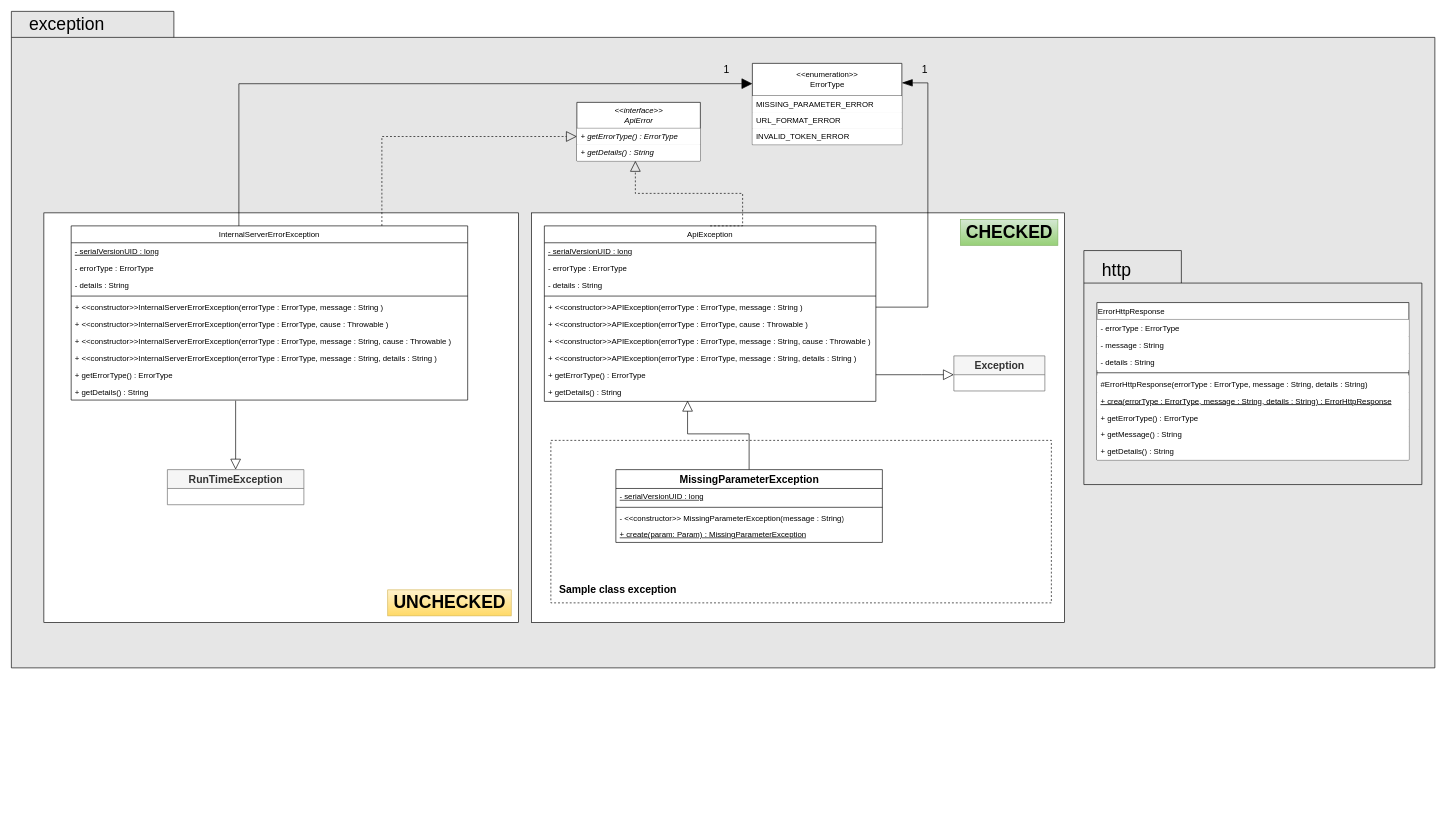
Above: web-template-spring-boot-wiki/drawio/diagram_class_error.drawio in peruvianit/hexagonal-Architecture-spring-boot (draw.io), before the change. Source tidied: cells renumbered, new cells numbered last; positions are measured from the earlier drawing's top-left corner, leaving out a move shared by most shapes. Both pictures are drawn from the tidied source at 65%, with x=0, y=0 at pixel (11, 11).
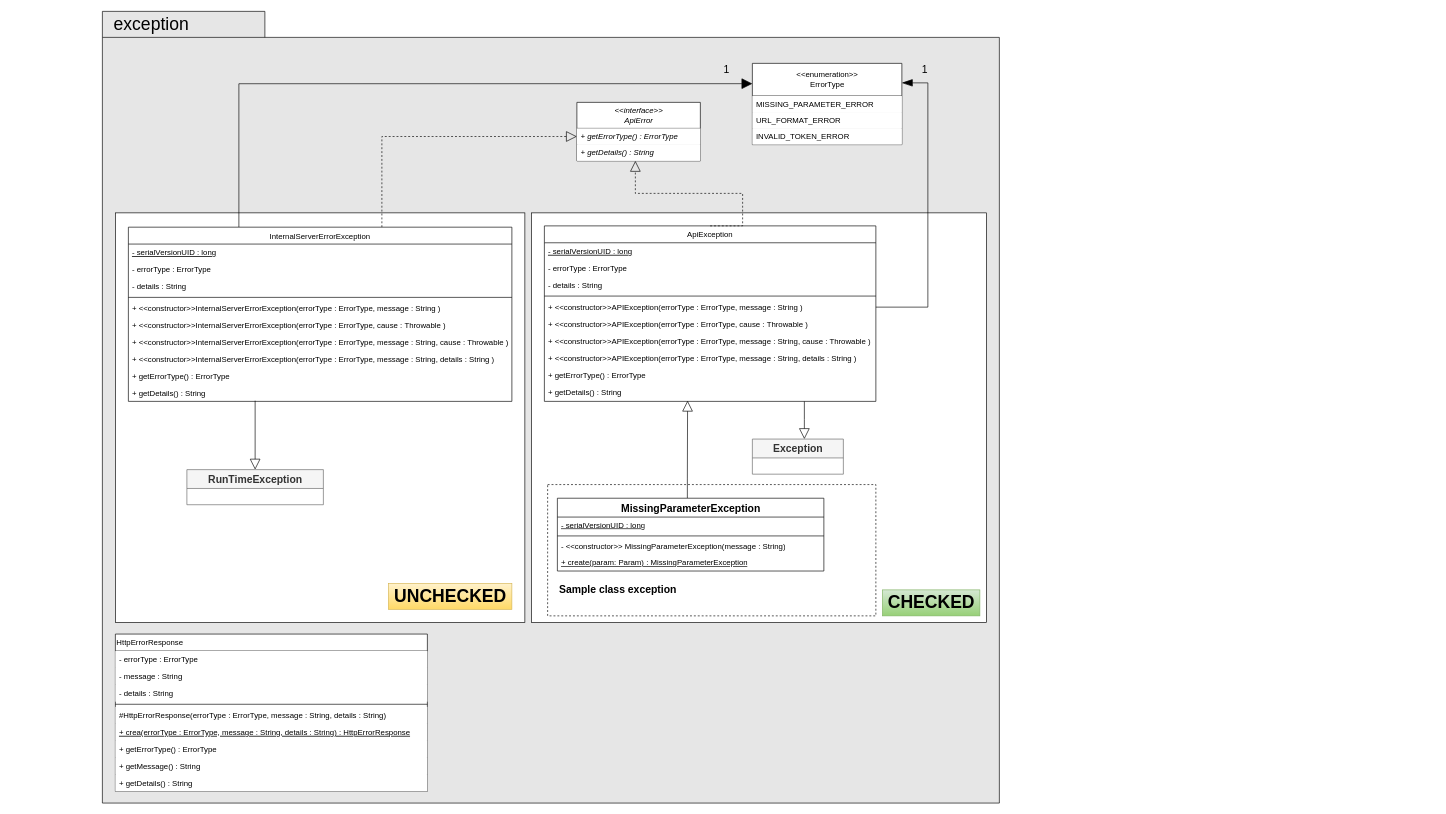
After the change.

The change refers to these unchanged cells:
```xml
<mxCell id="15" value="+ getErrorType() : ErrorType" style="text;align=left;verticalAlign=top;spacingLeft=4;spacingRight=4;overflow=hidden;points=[[0,0.5],[1,0.5]];portConstraint=eastwest;" parent="6" vertex="1">
  <mxGeometry y="216" width="510" height="26" as="geometry" />
</mxCell>
<mxCell id="16" value="+ getDetails() : String" style="text;align=left;verticalAlign=top;spacingLeft=4;spacingRight=4;overflow=hidden;points=[[0,0.5],[1,0.5]];portConstraint=eastwest;" parent="6" vertex="1">
  <mxGeometry y="242" width="510" height="26" as="geometry" />
</mxCell>
```

What changed in the source:
```diff
@@
     <mxCell id="2" style="shape=folder;fontStyle=1;spacingTop=10;tabWidth=250;tabHeight=40;tabPosition=left;html=1;strokeColor=#000000;fontSize=27;align=left;fillColor=#E6E6E6;" parent="1" vertex="1">
-      <mxGeometry width="2190" height="1010" as="geometry" />
+      <mxGeometry x="140" width="1380" height="1218" as="geometry" />
     </mxCell>
     <mxCell id="3" style="rounded=0;whiteSpace=wrap;html=1;strokeColor=#000000;fontSize=16;align=left;" parent="1" vertex="1">
-      <mxGeometry x="50" y="310" width="730" height="630" as="geometry" />
+      <mxGeometry x="160" y="310" width="630" height="630" as="geometry" />
     </mxCell>
     <mxCell id="4" style="rounded=0;whiteSpace=wrap;html=1;strokeColor=#000000;fontSize=16;align=left;" parent="1" vertex="1">
-      <mxGeometry x="800" y="310" width="820" height="630" as="geometry" />
+      <mxGeometry x="800" y="310" width="700" height="630" as="geometry" />
     </mxCell>
     <mxCell id="5" style="rounded=0;whiteSpace=wrap;html=1;fontSize=16;align=left;dashed=1;" parent="1" vertex="1">
-      <mxGeometry x="830" y="660" width="770" height="250" as="geometry" />
+      <mxGeometry x="825" y="728" width="505" height="202" as="geometry" />
     </mxCell>
@@
-    <mxCell id="27" style="edgeStyle=orthogonalEdgeStyle;rounded=0;jettySize=auto;html=1;entryX=1;entryY=0.5;entryDx=0;entryDy=0;endArrow=none;endFill=0;fontSize=16;endSize=6;startArrow=block;startFill=0;startSize=14;" parent="1" edge="1" source="28" target="15">
+    <mxCell id="27" style="edgeStyle=orthogonalEdgeStyle;rounded=0;jettySize=auto;html=1;endArrow=none;endFill=0;fontSize=16;endSize=6;startArrow=block;startFill=0;startSize=14;" parent="1" edge="1" source="28">
       <mxGeometry relative="1" as="geometry">
+        <mxPoint x="1220" y="600" as="targetPoint" />
         <Array as="points">
-          <mxPoint x="1400" y="559" />
-          <mxPoint x="1400" y="559" />
+          <mxPoint x="1220" y="628" />
+          <mxPoint x="1220" y="628" />
         </Array>
       </mxGeometry>
     </mxCell>
     <mxCell id="28" value="Exception" style="swimlane;fontStyle=1;align=center;verticalAlign=middle;horizontal=1;startSize=29;html=1;fontSize=16;fillColor=#f5f5f5;strokeColor=#666666;fontColor=#333333;" parent="1" vertex="1">
-      <mxGeometry x="1450" y="530" width="140" height="54" as="geometry" />
+      <mxGeometry x="1140" y="658" width="140" height="54" as="geometry" />
     </mxCell>
     <mxCell id="29" style="edgeStyle=orthogonalEdgeStyle;rounded=0;jettySize=auto;html=1;endArrow=block;endFill=0;endSize=14;strokeWidth=1;fontSize=16;entryX=0.432;entryY=1.038;entryDx=0;entryDy=0;entryPerimeter=0;" parent="1" edge="1" source="30" target="16">
       <mxGeometry relative="1" as="geometry">
         <Array as="points">
-          <mxPoint x="1135" y="650" />
-          <mxPoint x="1040" y="650" />
+          <mxPoint x="1040" y="718" />
+          <mxPoint x="1040" y="718" />
         </Array>
       </mxGeometry>
     </mxCell>
     <mxCell id="30" value="MissingParameterException" style="swimlane;fontStyle=1;align=center;verticalAlign=middle;horizontal=1;startSize=29;html=1;fontSize=16;" parent="1" vertex="1">
-      <mxGeometry x="930" y="705" width="410" height="112" as="geometry" />
+      <mxGeometry x="840" y="749" width="410" height="112" as="geometry" />
     </mxCell>
@@
     <mxCell id="38" value="InternalServerErrorException" style="swimlane;fontStyle=0;align=center;verticalAlign=top;horizontal=1;startSize=26;rounded=0;shadow=0;strokeWidth=1;" parent="1" vertex="1">
-      <mxGeometry x="92" y="330" width="610" height="268" as="geometry" />
+      <mxGeometry x="180" y="332" width="590" height="268" as="geometry" />
     </mxCell>
     <mxCell id="39" value="- serialVersionUID : long" style="text;align=left;verticalAlign=top;spacingLeft=4;spacingRight=4;overflow=hidden;fontStyle=4;" parent="38" vertex="1">
-      <mxGeometry y="26" width="610" height="26" as="geometry" />
+      <mxGeometry y="26" width="590" height="26" as="geometry" />
     </mxCell>
     <mxCell id="40" value="- errorType : ErrorType " style="text;align=left;verticalAlign=top;spacingLeft=4;spacingRight=4;overflow=hidden;" parent="38" vertex="1">
-      <mxGeometry y="52" width="610" height="26" as="geometry" />
+      <mxGeometry y="52" width="590" height="26" as="geometry" />
     </mxCell>
     <mxCell id="41" value="- details : String" style="text;align=left;verticalAlign=top;spacingLeft=4;spacingRight=4;overflow=hidden;rounded=0;shadow=0;html=0;" parent="38" vertex="1">
-      <mxGeometry y="78" width="610" height="26" as="geometry" />
+      <mxGeometry y="78" width="590" height="26" as="geometry" />
     </mxCell>
     <mxCell id="42" style="line;html=1;strokeWidth=1;align=left;verticalAlign=middle;spacingTop=-1;spacingLeft=3;spacingRight=3;labelPosition=right;" parent="38" vertex="1">
-      <mxGeometry y="104" width="610" height="8" as="geometry" />
+      <mxGeometry y="104" width="590" height="8" as="geometry" />
     </mxCell>
     <mxCell id="43" value="+ &lt;&lt;constructor&gt;&gt;InternalServerErrorException(errorType : ErrorType, message : String )" style="text;align=left;verticalAlign=top;spacingLeft=4;spacingRight=4;overflow=hidden;" parent="38" vertex="1">
-      <mxGeometry y="112" width="610" height="26" as="geometry" />
+      <mxGeometry y="112" width="590" height="26" as="geometry" />
     </mxCell>
     <mxCell id="44" value="+ &lt;&lt;constructor&gt;&gt;InternalServerErrorException(errorType : ErrorType, cause : Throwable )" style="text;align=left;verticalAlign=top;spacingLeft=4;spacingRight=4;overflow=hidden;" parent="38" vertex="1">
-      <mxGeometry y="138" width="610" height="26" as="geometry" />
+      <mxGeometry y="138" width="590" height="26" as="geometry" />
     </mxCell>
     <mxCell id="45" value="+ &lt;&lt;constructor&gt;&gt;InternalServerErrorException(errorType : ErrorType, message : String, cause : Throwable )" style="text;align=left;verticalAlign=top;spacingLeft=4;spacingRight=4;overflow=hidden;" parent="38" vertex="1">
-      <mxGeometry y="164" width="610" height="26" as="geometry" />
+      <mxGeometry y="164" width="590" height="26" as="geometry" />
     </mxCell>
     <mxCell id="46" value="+ &lt;&lt;constructor&gt;&gt;InternalServerErrorException(errorType : ErrorType, message : String, details : String )" style="text;align=left;verticalAlign=top;spacingLeft=4;spacingRight=4;overflow=hidden;" parent="38" vertex="1">
-      <mxGeometry y="190" width="610" height="26" as="geometry" />
+      <mxGeometry y="190" width="590" height="26" as="geometry" />
     </mxCell>
     <mxCell id="47" value="+ getErrorType() : ErrorType" style="text;align=left;verticalAlign=top;spacingLeft=4;spacingRight=4;overflow=hidden;" parent="38" vertex="1">
-      <mxGeometry y="216" width="610" height="26" as="geometry" />
+      <mxGeometry y="216" width="590" height="26" as="geometry" />
     </mxCell>
     <mxCell id="48" value="+ getDetails() : String" style="text;align=left;verticalAlign=top;spacingLeft=4;spacingRight=4;overflow=hidden;" parent="38" vertex="1">
-      <mxGeometry y="242" width="610" height="26" as="geometry" />
+      <mxGeometry y="242" width="590" height="26" as="geometry" />
     </mxCell>
     <mxCell id="49" style="edgeStyle=orthogonalEdgeStyle;rounded=0;jettySize=auto;html=1;exitX=0.5;exitY=0;exitDx=0;exitDy=0;startArrow=block;startFill=0;startSize=14;endArrow=none;endFill=0;endSize=14;strokeWidth=1;fontSize=16;" parent="1" edge="1" source="50">
       <mxGeometry relative="1" as="geometry">
-        <mxPoint x="345" y="599" as="targetPoint" />
+        <mxPoint x="375" y="599" as="targetPoint" />
         <Array as="points">
-          <mxPoint x="345" y="599" />
+          <mxPoint x="375" y="599" />
         </Array>
       </mxGeometry>
     </mxCell>
     <mxCell id="50" value="RunTimeException" style="swimlane;fontStyle=1;align=center;verticalAlign=middle;horizontal=1;startSize=29;html=1;fontSize=16;fillColor=#f5f5f5;strokeColor=#666666;fontColor=#333333;" parent="1" vertex="1">
-      <mxGeometry x="240" y="705" width="210" height="54" as="geometry" />
+      <mxGeometry x="270" y="705" width="210" height="54" as="geometry" />
     </mxCell>
@@
     <mxCell id="52" value="CHECKED" style="text;html=1;align=center;verticalAlign=middle;fontSize=27;fontStyle=1;gradientColor=#97d077;fillColor=#d5e8d4;strokeColor=#82b366;" parent="1" vertex="1">
-      <mxGeometry x="1460" y="320" width="150" height="40" as="geometry" />
+      <mxGeometry x="1340" y="890" width="150" height="40" as="geometry" />
     </mxCell>
     <mxCell id="53" value="UNCHECKED" style="text;html=1;align=center;verticalAlign=middle;fontSize=27;fontStyle=1;gradientColor=#ffd966;fillColor=#fff2cc;strokeColor=#d6b656;" parent="1" vertex="1">
-      <mxGeometry x="579" y="890" width="190" height="40" as="geometry" />
+      <mxGeometry x="580" y="880" width="190" height="40" as="geometry" />
     </mxCell>
     <mxCell id="54" value="exception" style="text;html=1;align=center;verticalAlign=middle;fontSize=27;" parent="1" vertex="1">
-      <mxGeometry x="20" width="130" height="40" as="geometry" />
+      <mxGeometry x="150" width="130" height="40" as="geometry" />
     </mxCell>
-    <mxCell id="55" style="shape=folder;fontStyle=1;spacingTop=10;tabWidth=150;tabHeight=50;tabPosition=left;html=1;fontSize=27;align=left;fillColor=#E6E6E6;" parent="1" vertex="1">
-      <mxGeometry x="1650" y="368" width="520" height="360" as="geometry" />
-    </mxCell>
-    <mxCell id="56" value="http" style="text;html=1;align=center;verticalAlign=middle;fontSize=27;" parent="1" vertex="1">
-      <mxGeometry x="1670" y="378" width="60" height="40" as="geometry" />
-    </mxCell>
-    <mxCell id="57" value="ErrorHttpResponse" style="swimlane;fontStyle=0;horizontal=1;startSize=26;strokeColor=#000000;fontSize=12;align=left;swimlaneFillColor=#ffffff;" parent="1" vertex="1">
-      <mxGeometry x="1670" y="448" width="480" height="242" as="geometry" />
+    <mxCell id="57" value="HttpErrorResponse" style="swimlane;fontStyle=0;horizontal=1;startSize=26;strokeColor=#000000;fontSize=12;align=left;swimlaneFillColor=#ffffff;" parent="1" vertex="1">
+      <mxGeometry x="160" y="958" width="480" height="242" as="geometry" />
     </mxCell>
@@
-    <mxCell id="62" value="#ErrorHttpResponse(errorType : ErrorType, message : String, details : String)" style="text;align=left;verticalAlign=top;spacingLeft=4;spacingRight=4;overflow=hidden;fillColor=#ffffff;" parent="57" vertex="1">
+    <mxCell id="62" value="#HttpErrorResponse(errorType : ErrorType, message : String, details : String)" style="text;align=left;verticalAlign=top;spacingLeft=4;spacingRight=4;overflow=hidden;fillColor=#ffffff;" parent="57" vertex="1">
       <mxGeometry y="112" width="480" height="26" as="geometry" />
     </mxCell>
-    <mxCell id="63" value="+ crea(errorType : ErrorType, message : String, details : String) : ErrorHttpResponse" style="text;align=left;verticalAlign=top;spacingLeft=4;spacingRight=4;overflow=hidden;fillColor=#ffffff;fontStyle=4;" parent="57" vertex="1">
+    <mxCell id="63" value="+ crea(errorType : ErrorType, message : String, details : String) : HttpErrorResponse" style="text;align=left;verticalAlign=top;spacingLeft=4;spacingRight=4;overflow=hidden;fillColor=#ffffff;fontStyle=4;" parent="57" vertex="1">
       <mxGeometry y="138" width="480" height="26" as="geometry" />
     </mxCell>
```
